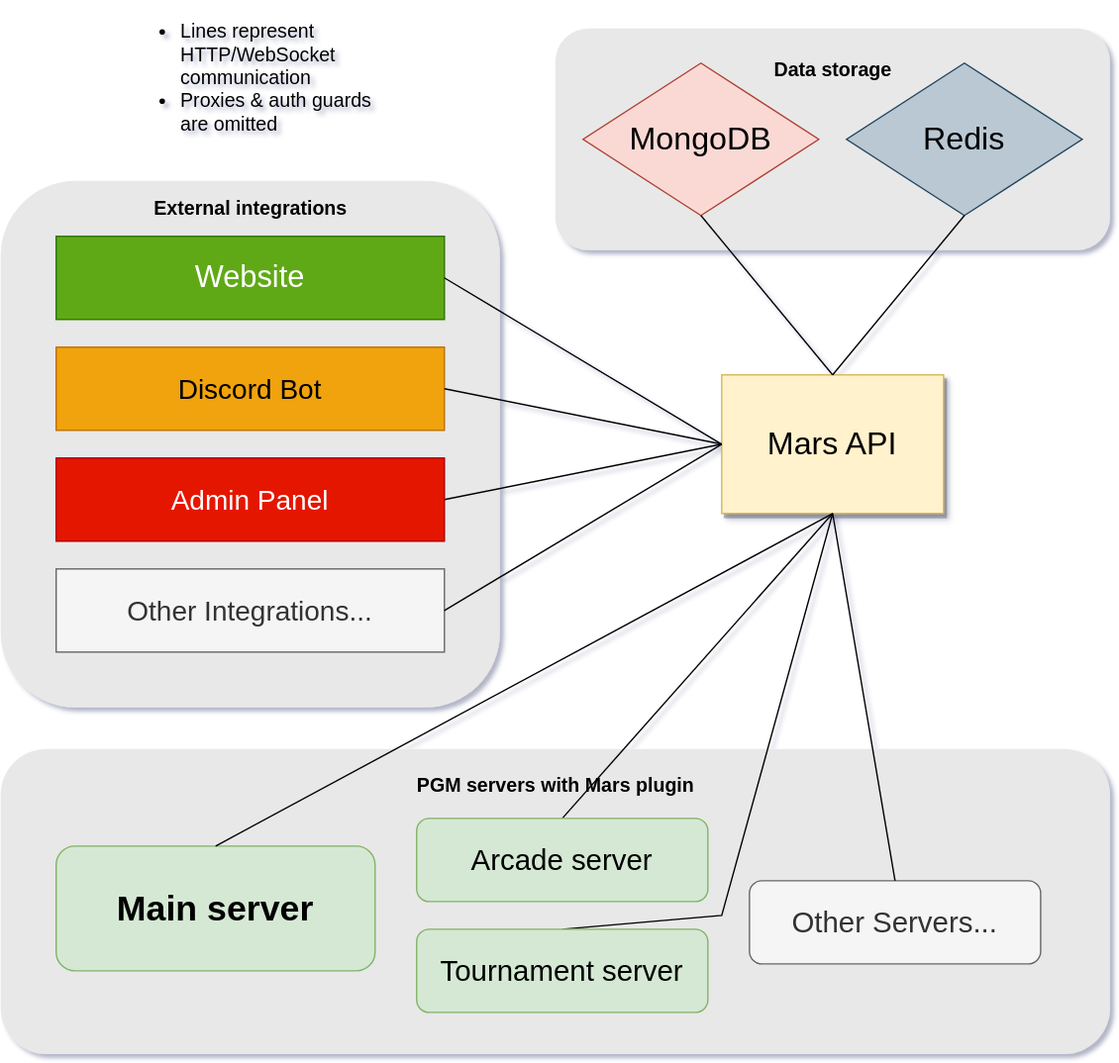
This is docs/mars-architecture.svg from Warzone/mars, a draw.io export, as it was before one commit. Source tidied: cells renumbered, new cells last; positions are measured from the earlier drawing's top-left corner, leaving out a move shared by most shapes.
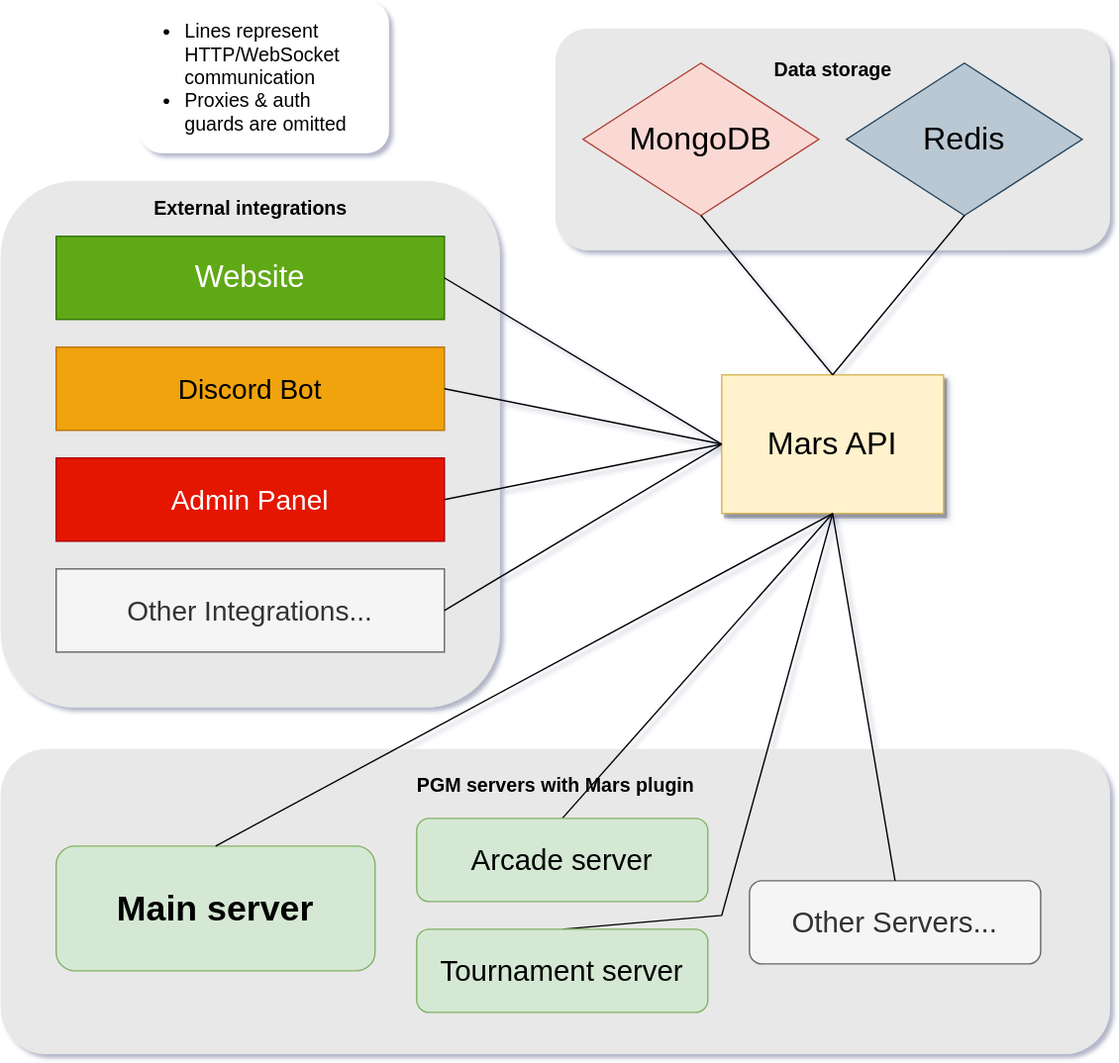
After the change.

Commit message:
Accessibility fix for diagram

The edit, as a diff of the source:
```diff
@@ -2,6 +2,9 @@
   <root>
     <mxCell id="0" />
     <mxCell id="1" parent="0" />
+    <mxCell id="30" style="whiteSpace=wrap;html=1;rounded=1;glass=0;fontSize=14;fillColor=#FFFFFF;strokeColor=none;shadow=0;" parent="1" vertex="1">
+      <mxGeometry x="100" y="-10" width="180" height="110" as="geometry" />
+    </mxCell>
     <mxCell id="2" style="whiteSpace=wrap;html=1;shadow=0;glass=0;fontSize=23;fillColor=#E8E8E8;strokeColor=none;fontColor=#333333;gradientColor=none;rounded=1;" parent="1" vertex="1">
       <mxGeometry x="400" y="10" width="400" height="160" as="geometry" />
     </mxCell>
@@ -93,7 +96,7 @@
       <mxGeometry x="300" y="660" width="210" height="60" as="geometry" />
     </mxCell>
     <mxCell id="29" value="&lt;p&gt;&lt;/p&gt;&lt;ul&gt;&lt;li&gt;Lines represent HTTP/WebSocket communication&lt;/li&gt;&lt;li&gt;Proxies &amp;amp; auth guards are omitted&lt;/li&gt;&lt;/ul&gt;&lt;p&gt;&lt;/p&gt;" style="text;html=1;strokeColor=none;fillColor=none;spacing=5;spacingTop=-20;whiteSpace=wrap;overflow=hidden;rounded=0;glass=0;fontSize=14;" parent="1" vertex="1">
-      <mxGeometry x="85" width="190" height="120" as="geometry" />
+      <mxGeometry x="87.5" width="185" height="120" as="geometry" />
     </mxCell>
   </root>
 </mxGraphModel>
```
